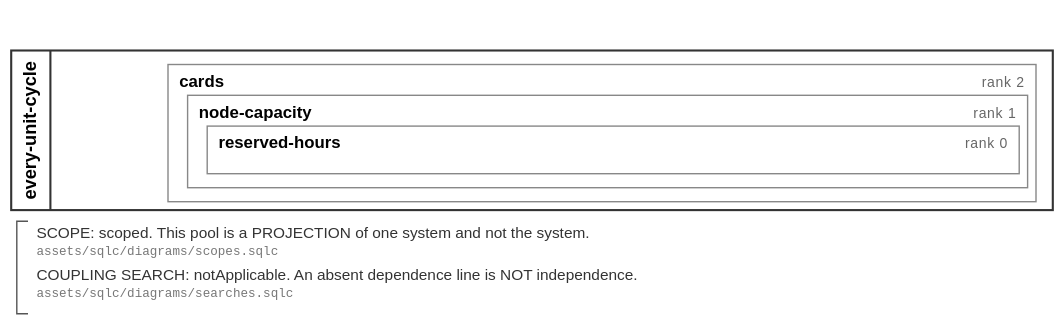
Above: assets/svg/filings/every-unit-cycle.svg in soulstompp/process-modulus (BPMN), before the change. Its source is kept beside it as assets/bpmn/filings/every-unit-cycle.bpmn. Ids are renumbered. Its diagram source:
```xml
<!-- GENERATED from process-modulus by examples/diagramming/main.rs. DO NOT EDIT.
     source: the filing `every-unit-cycle`; change the model, not this file.
     laws:   assets/sqlc/diagrams/roster.sqlc -->
<definitions xmlns="http://www.omg.org/spec/BPMN/20100524/MODEL"
             xmlns:tns="urn:example:fixture:capacity-desk:every-unit-cycle"
             xmlns:bpmndi="http://www.omg.org/spec/BPMN/20100524/DI"
             xmlns:dc="http://www.omg.org/spec/DD/20100524/DC"
             targetNamespace="urn:example:fixture:capacity-desk:every-unit-cycle"
             id="defs_every-unit-cycle">
  <collaboration id="collab_every-unit-cycle">
    <participant id="pool_every-unit-cycle" name="every-unit-cycle" processRef="proc_every-unit-cycle"/>
  </collaboration>
  <process id="proc_every-unit-cycle" isExecutable="false">
    <documentation>pm:Stack of `every-unit-cycle`. Rendered from process-modulus; the arithmetic is not here, and how much of the system this stack holds is on the laneSet. [assets/sqlc/diagrams/pools.sqlc]</documentation>
    <laneSet id="lanes_every-unit-cycle" name="draw">
      <documentation>scope: scoped. `complete` asserts there are no other layers of this system, `scoped` says somebody established what lies outside and excluded it, `unbounded` says nobody looked. ⛔ A LANE SET CANNOT SAY WHICH, so this sentence is the only place it is said. Basis: stipulated: one reserved pool counted three ways, so that the conversions between the three units form a closed cycle [assets/sqlc/diagrams/scopes.sqlc]</documentation>
      <documentation>coupling search: notApplicable. `unmeasured` is nobody looked, `none` is somebody looked and found no dependence, `notApplicable` is there is no pair to couple, `stated` is the dependences drawn here. An absent line is not independence. [assets/sqlc/diagrams/searches.sqlc]</documentation>
      <lane id="lane_every-unit-cycle_cards" name="cards">
        <documentation>rank 2; nothing beneath this layer needs evaluating first at rank 0, and a higher rank waits on every arrival below it [assets/sqlc/rank/evaluation_order.sqlc]</documentation>
        <childLaneSet id="kids_every-unit-cycle_cards" name="parts">
          <lane id="lane_every-unit-cycle_node-capacity" name="node-capacity">
            <documentation>rank 1; nothing beneath this layer needs evaluating first at rank 0, and a higher rank waits on every arrival below it [assets/sqlc/rank/evaluation_order.sqlc]</documentation>
            <childLaneSet id="kids_every-unit-cycle_node-capacity" name="parts">
              <lane id="lane_every-unit-cycle_reserved-hours" name="reserved-hours">
                <documentation>rank 0; nothing beneath this layer needs evaluating first at rank 0, and a higher rank waits on every arrival below it [assets/sqlc/rank/evaluation_order.sqlc]</documentation>
              </lane>
            </childLaneSet>
          </lane>
        </childLaneSet>
      </lane>
    </laneSet>
    <textAnnotation id="note_every-unit-cycle_scope">
      <text>SCOPE: scoped. This pool is a PROJECTION of one system and not the system. [assets/sqlc/diagrams/scopes.sqlc]</text>
    </textAnnotation>
    <textAnnotation id="note_every-unit-cycle_search">
      <text>COUPLING SEARCH: notApplicable. An absent dependence line is NOT independence. [assets/sqlc/diagrams/searches.sqlc]</text>
    </textAnnotation>
  </process>
  <bpmndi:BPMNDiagram id="diagram_every-unit-cycle">
    <bpmndi:BPMNPlane id="plane_every-unit-cycle" bpmnElement="tns:collab_every-unit-cycle">
      <bpmndi:BPMNShape id="shape_every-unit-cycle_pool" bpmnElement="tns:pool_every-unit-cycle" isHorizontal="true">
        <dc:Bounds x="8" y="36" width="744" height="114"/>
      </bpmndi:BPMNShape>
      <bpmndi:BPMNShape id="shape_every-unit-cycle_lane_every-unit-cycle_cards" bpmnElement="tns:lane_every-unit-cycle_cards">
        <dc:Bounds x="120" y="46" width="620" height="98"/>
      </bpmndi:BPMNShape>
      <bpmndi:BPMNShape id="shape_every-unit-cycle_lane_every-unit-cycle_node-capacity" bpmnElement="tns:lane_every-unit-cycle_node-capacity">
        <dc:Bounds x="134" y="68" width="600" height="66"/>
      </bpmndi:BPMNShape>
      <bpmndi:BPMNShape id="shape_every-unit-cycle_lane_every-unit-cycle_reserved-hours" bpmnElement="tns:lane_every-unit-cycle_reserved-hours">
        <dc:Bounds x="148" y="90" width="580" height="34"/>
      </bpmndi:BPMNShape>
    </bpmndi:BPMNPlane>
  </bpmndi:BPMNDiagram>
</definitions>
```
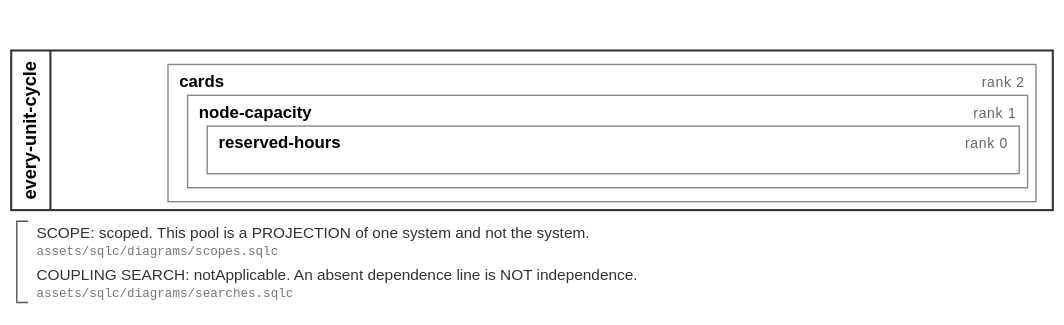
The same file after the commit.

Diff of the diagram source:
```diff
@@ -5,6 +5,7 @@
              xmlns:tns="urn:example:fixture:capacity-desk:every-unit-cycle"
              xmlns:bpmndi="http://www.omg.org/spec/BPMN/20100524/DI"
              xmlns:dc="http://www.omg.org/spec/DD/20100524/DC"
+             xmlns:di="http://www.omg.org/spec/DD/20100524/DI"
              targetNamespace="urn:example:fixture:capacity-desk:every-unit-cycle"
              id="defs_every-unit-cycle">
   <collaboration id="collab_every-unit-cycle">
@@ -50,6 +51,12 @@
       <bpmndi:BPMNShape id="shape_every-unit-cycle_lane_every-unit-cycle_reserved-hours" bpmnElement="tns:lane_every-unit-cycle_reserved-hours">
         <dc:Bounds x="148" y="90" width="580" height="34"/>
       </bpmndi:BPMNShape>
+      <bpmndi:BPMNShape id="shape_every-unit-cycle_note_every-unit-cycle_scope" bpmnElement="tns:note_every-unit-cycle_scope">
+        <dc:Bounds x="20" y="158" width="720" height="28"/>
+      </bpmndi:BPMNShape>
+      <bpmndi:BPMNShape id="shape_every-unit-cycle_note_every-unit-cycle_search" bpmnElement="tns:note_every-unit-cycle_search">
+        <dc:Bounds x="20" y="188" width="720" height="28"/>
+      </bpmndi:BPMNShape>
     </bpmndi:BPMNPlane>
   </bpmndi:BPMNDiagram>
 </definitions>
```
